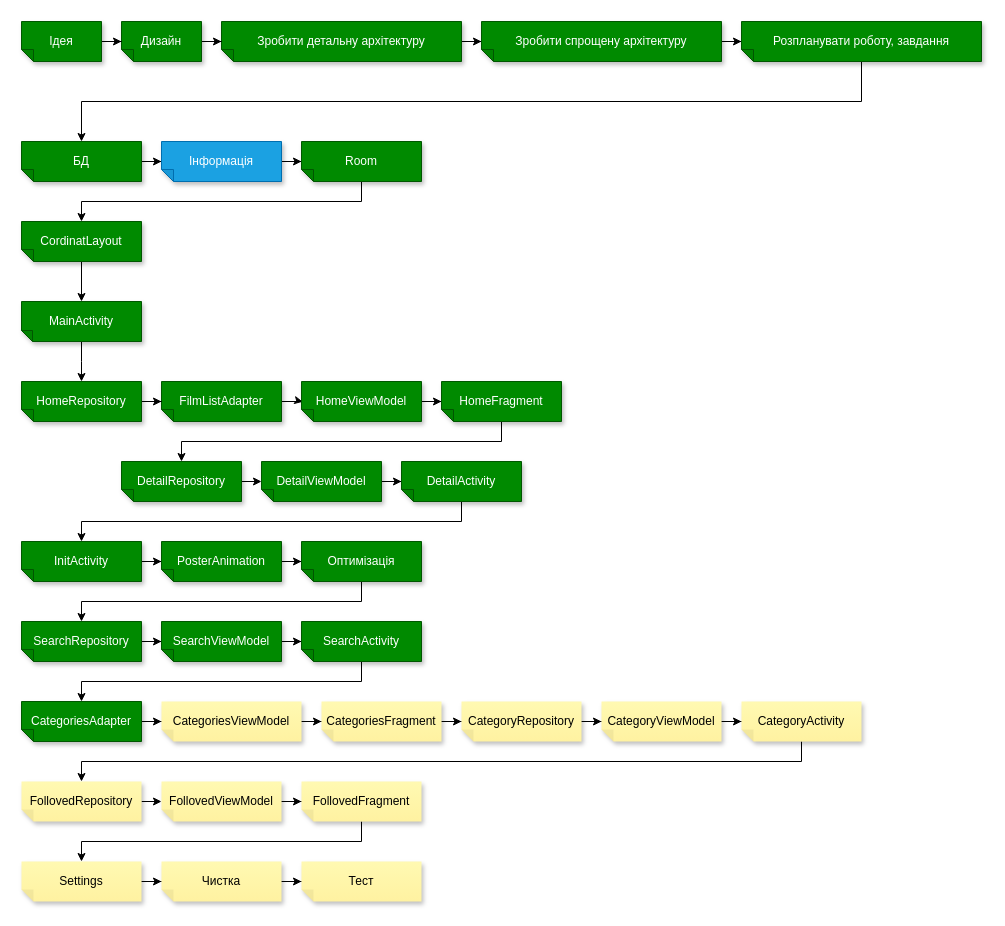
The draw.io diagram page "Завдання" (2 of 2) of files for project/MoviesReview.drawio in SviatKuzbyt/MoviesReview, before the edit. Source tidied: cells renumbered, new cells numbered last; positions are measured from the earlier drawing's top-left corner, leaving out a move shared by most shapes. Both pictures are drawn from the tidied source at 100%, with x=0, y=0 at pixel (21, 21).
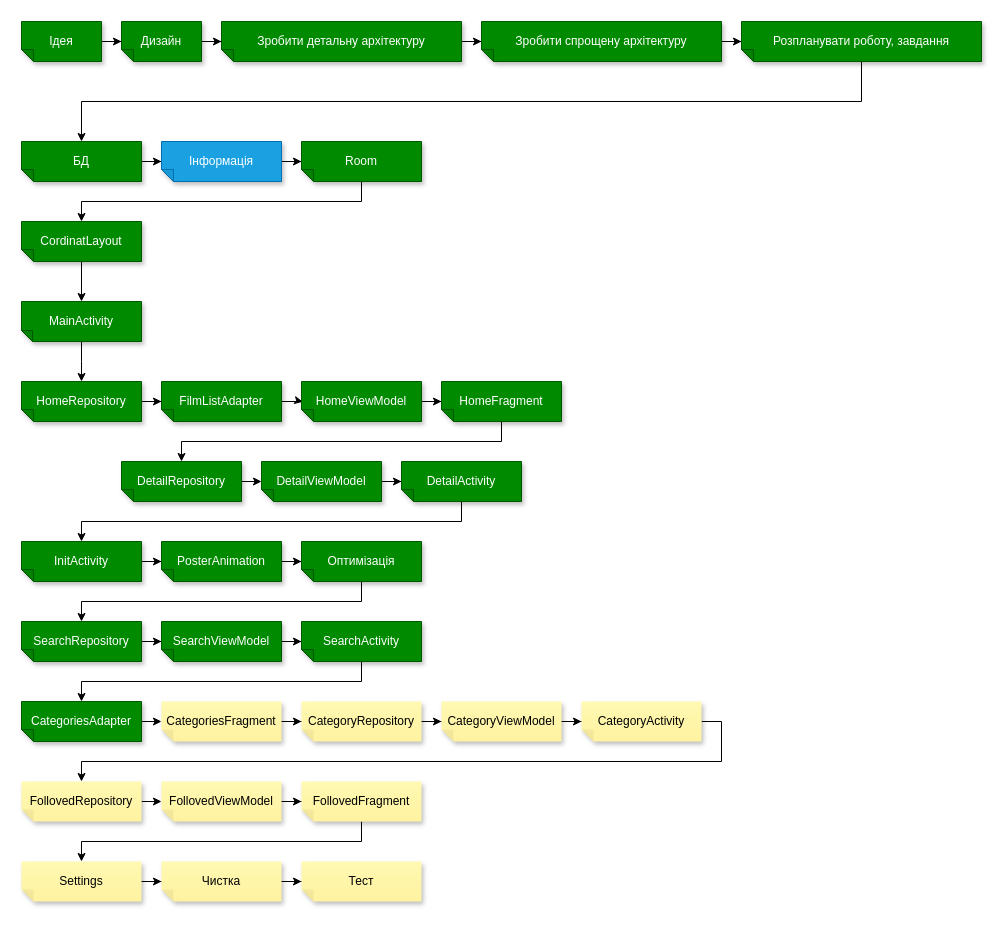
The same page after the edit.

The change refers to these unchanged cells:
```xml
<mxCell id="33" value="CategoriesAdapter" style="shape=note;whiteSpace=wrap;html=1;backgroundOutline=1;fontColor=#ffffff;darkOpacity=0.05;fillColor=#008a00;strokeColor=#005700;fillStyle=solid;direction=west;gradientDirection=north;shadow=1;size=12;" parent="1" vertex="1">
  <mxGeometry y="680" width="120" height="40" as="geometry" />
</mxCell>
<mxCell id="51" value="FollovedRepository" style="shape=note;whiteSpace=wrap;html=1;backgroundOutline=1;fontColor=#000000;darkOpacity=0.05;fillColor=#FFF9B2;strokeColor=none;fillStyle=solid;direction=west;gradientDirection=north;gradientColor=#FFF2A1;shadow=1;size=12;" parent="1" vertex="1">
  <mxGeometry y="760" width="120" height="40" as="geometry" />
</mxCell>
```

What changed in the source:
```diff
@@
-    <mxCell id="32" style="edgeStyle=orthogonalEdgeStyle;rounded=0;jettySize=auto;html=1;" parent="1" edge="1" source="33" target="35">
-      <mxGeometry relative="1" as="geometry" />
+    <mxCell id="32" style="edgeStyle=orthogonalEdgeStyle;rounded=0;jettySize=auto;html=1;" parent="1" edge="1" source="33">
+      <mxGeometry relative="1" as="geometry">
+        <mxPoint x="140" y="700" as="targetPoint" />
+      </mxGeometry>
     </mxCell>
@@
-    <mxCell id="34" style="edgeStyle=orthogonalEdgeStyle;rounded=0;jettySize=auto;html=1;" parent="1" edge="1" source="35" target="37">
-      <mxGeometry relative="1" as="geometry" />
-    </mxCell>
-    <mxCell id="35" value="CategoriesViewModel" style="shape=note;whiteSpace=wrap;html=1;backgroundOutline=1;fontColor=#000000;darkOpacity=0.05;fillColor=#FFF9B2;strokeColor=none;fillStyle=solid;direction=west;gradientDirection=north;gradientColor=#FFF2A1;shadow=1;size=12;" parent="1" vertex="1">
-      <mxGeometry x="140" y="680" width="140" height="40" as="geometry" />
-    </mxCell>
@@
     <mxCell id="37" value="CategoriesFragment" style="shape=note;whiteSpace=wrap;html=1;backgroundOutline=1;fontColor=#000000;darkOpacity=0.05;fillColor=#FFF9B2;strokeColor=none;fillStyle=solid;direction=west;gradientDirection=north;gradientColor=#FFF2A1;shadow=1;size=12;" parent="1" vertex="1">
-      <mxGeometry x="300" y="680" width="120" height="40" as="geometry" />
+      <mxGeometry x="140" y="680" width="120" height="40" as="geometry" />
     </mxCell>
@@
     <mxCell id="39" value="CategoryRepository" style="shape=note;whiteSpace=wrap;html=1;backgroundOutline=1;fontColor=#000000;darkOpacity=0.05;fillColor=#FFF9B2;strokeColor=none;fillStyle=solid;direction=west;gradientDirection=north;gradientColor=#FFF2A1;shadow=1;size=12;" parent="1" vertex="1">
-      <mxGeometry x="440" y="680" width="120" height="40" as="geometry" />
+      <mxGeometry x="280" y="680" width="120" height="40" as="geometry" />
     </mxCell>
@@
     <mxCell id="41" value="CategoryViewModel" style="shape=note;whiteSpace=wrap;html=1;backgroundOutline=1;fontColor=#000000;darkOpacity=0.05;fillColor=#FFF9B2;strokeColor=none;fillStyle=solid;direction=west;gradientDirection=north;gradientColor=#FFF2A1;shadow=1;size=12;" parent="1" vertex="1">
-      <mxGeometry x="580" y="680" width="120" height="40" as="geometry" />
+      <mxGeometry x="420" y="680" width="120" height="40" as="geometry" />
     </mxCell>
     <mxCell id="42" style="edgeStyle=orthogonalEdgeStyle;rounded=0;jettySize=auto;html=1;entryX=0.5;entryY=1;entryDx=0;entryDy=0;entryPerimeter=0;" parent="1" edge="1" source="43" target="51">
       <mxGeometry relative="1" as="geometry">
         <Array as="points">
-          <mxPoint x="780" y="740" />
+          <mxPoint x="700" y="700" />
+          <mxPoint x="700" y="740" />
           <mxPoint x="60" y="740" />
         </Array>
       </mxGeometry>
     </mxCell>
     <mxCell id="43" value="CategoryActivity" style="shape=note;whiteSpace=wrap;html=1;backgroundOutline=1;fontColor=#000000;darkOpacity=0.05;fillColor=#FFF9B2;strokeColor=none;fillStyle=solid;direction=west;gradientDirection=north;gradientColor=#FFF2A1;shadow=1;size=12;" parent="1" vertex="1">
-      <mxGeometry x="720" y="680" width="120" height="40" as="geometry" />
+      <mxGeometry x="560" y="680" width="120" height="40" as="geometry" />
     </mxCell>
```
